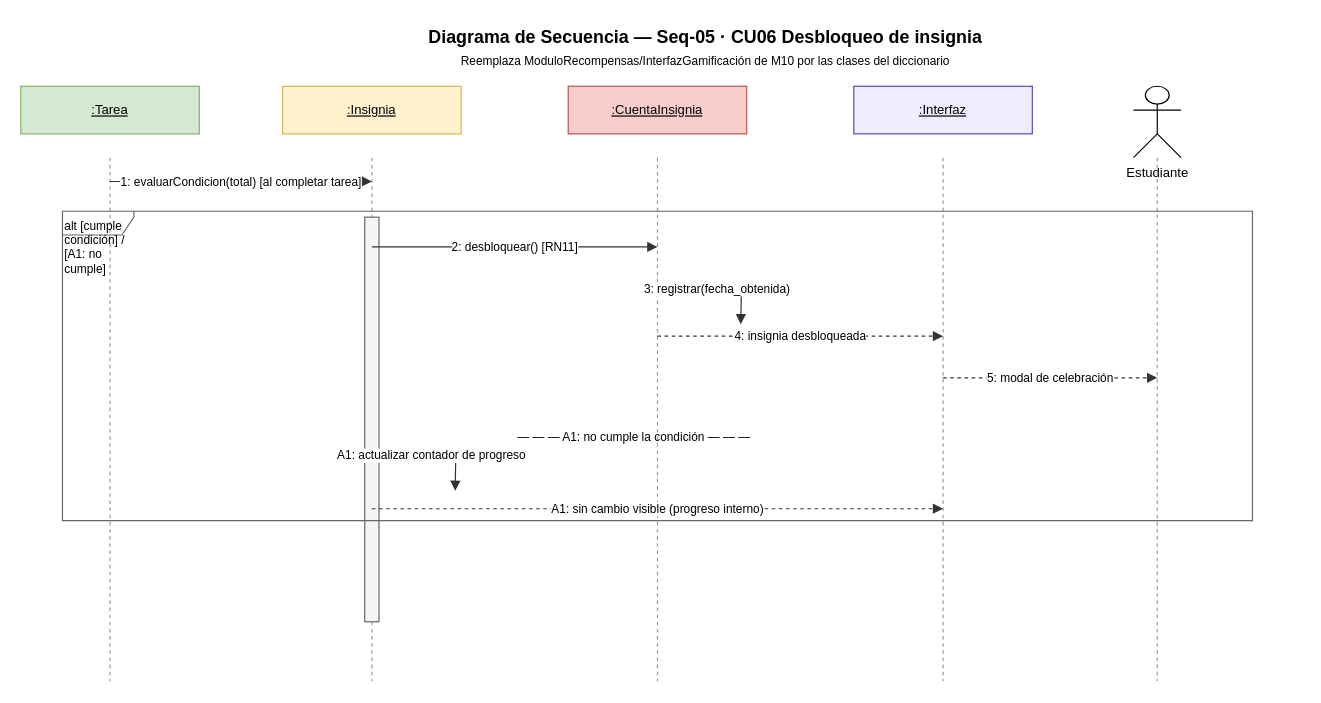
Earlier version of the draw.io diagram pjc/docs/diseno/drawio/10e_Secuencia_Seq05_DesbloqueoInsignia.drawio (Castillo8976/H-bitos-Gamificados-Uni). Source tidied: cells renumbered, new cells numbered last; positions are measured from the earlier drawing's top-left corner, leaving out a move shared by most shapes. Both pictures are drawn from the tidied source at 119%, with x=0, y=0 at pixel (20, 20).
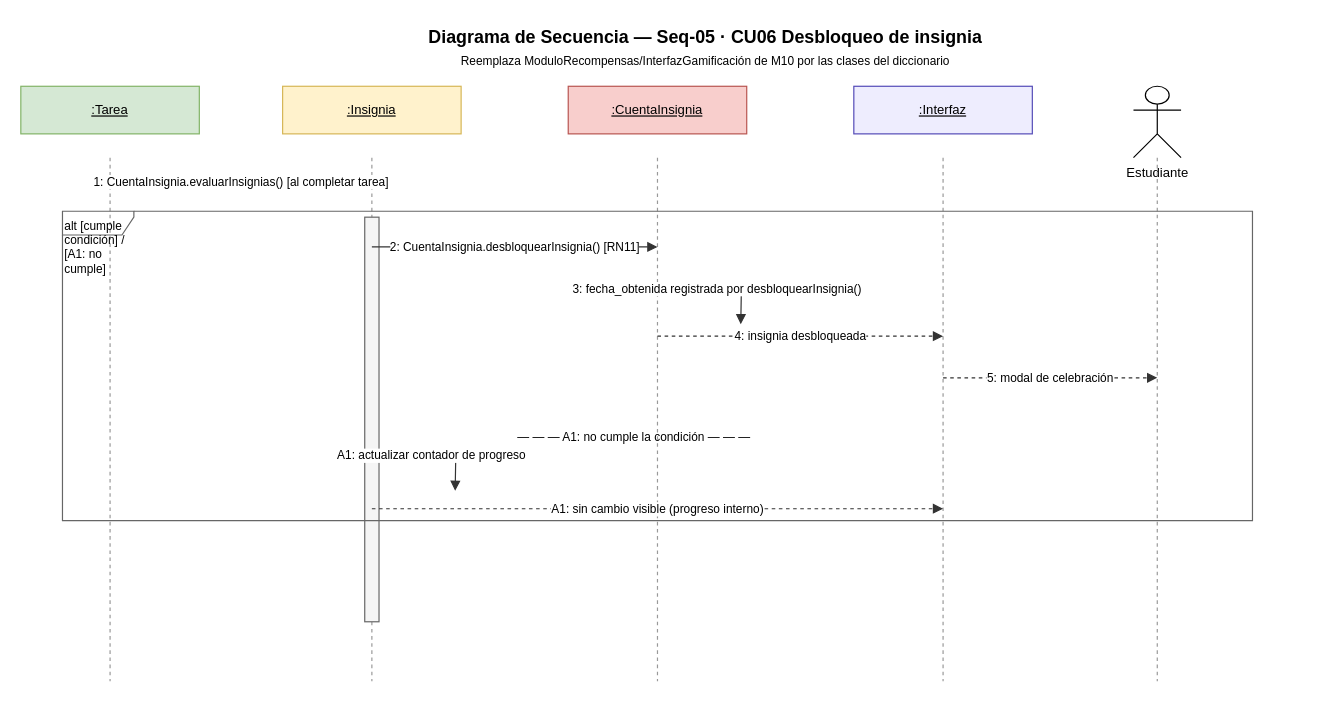
After the change.

What changed in the source:
```diff
@@
-    <mxCell id="14" value="1: evaluarCondicion(total) [al completar tarea]" style="endArrow=block;endFill=1;html=1;fontSize=10;strokeColor=#333333;" parent="1" edge="1">
+    <mxCell id="14" value="1: CuentaInsignia.evaluarInsignias() [al completar tarea]" style="endArrow=block;endFill=1;html=1;fontSize=10;strokeColor=#333333;" parent="1" edge="1">
       <mxGeometry relative="1" as="geometry">
         <mxPoint x="75" y="135" as="sourcePoint" />
         <mxPoint x="295" y="135" as="targetPoint" />
       </mxGeometry>
     </mxCell>
@@
-    <mxCell id="17" value="2: desbloquear() [RN11]" style="endArrow=block;endFill=1;html=1;fontSize=10;strokeColor=#333333;" parent="1" edge="1">
+    <mxCell id="17" value="2: CuentaInsignia.desbloquearInsignia() [RN11]" style="endArrow=block;endFill=1;html=1;fontSize=10;strokeColor=#333333;" parent="1" edge="1">
       <mxGeometry relative="1" as="geometry">
         <mxPoint x="295" y="190" as="sourcePoint" />
         <mxPoint x="535" y="190" as="targetPoint" />
       </mxGeometry>
     </mxCell>
-    <mxCell id="18" value="3: registrar(fecha_obtenida)" style="edgeStyle=orthogonalEdgeStyle;rounded=0;endArrow=block;endFill=1;html=1;fontSize=10;strokeColor=#333333;exitX=1;exitY=0;entryX=1;entryY=1;" parent="1" edge="1">
+    <mxCell id="18" value="3: fecha_obtenida registrada por desbloquearInsignia()" style="edgeStyle=orthogonalEdgeStyle;rounded=0;endArrow=block;endFill=1;html=1;fontSize=10;strokeColor=#333333;exitX=1;exitY=0;entryX=1;entryY=1;" parent="1" edge="1">
       <mxGeometry relative="1" as="geometry">
         <mxPoint x="535" y="225" as="sourcePoint" />
         <mxPoint x="605" y="255" as="targetPoint" />
       </mxGeometry>
     </mxCell>
```
